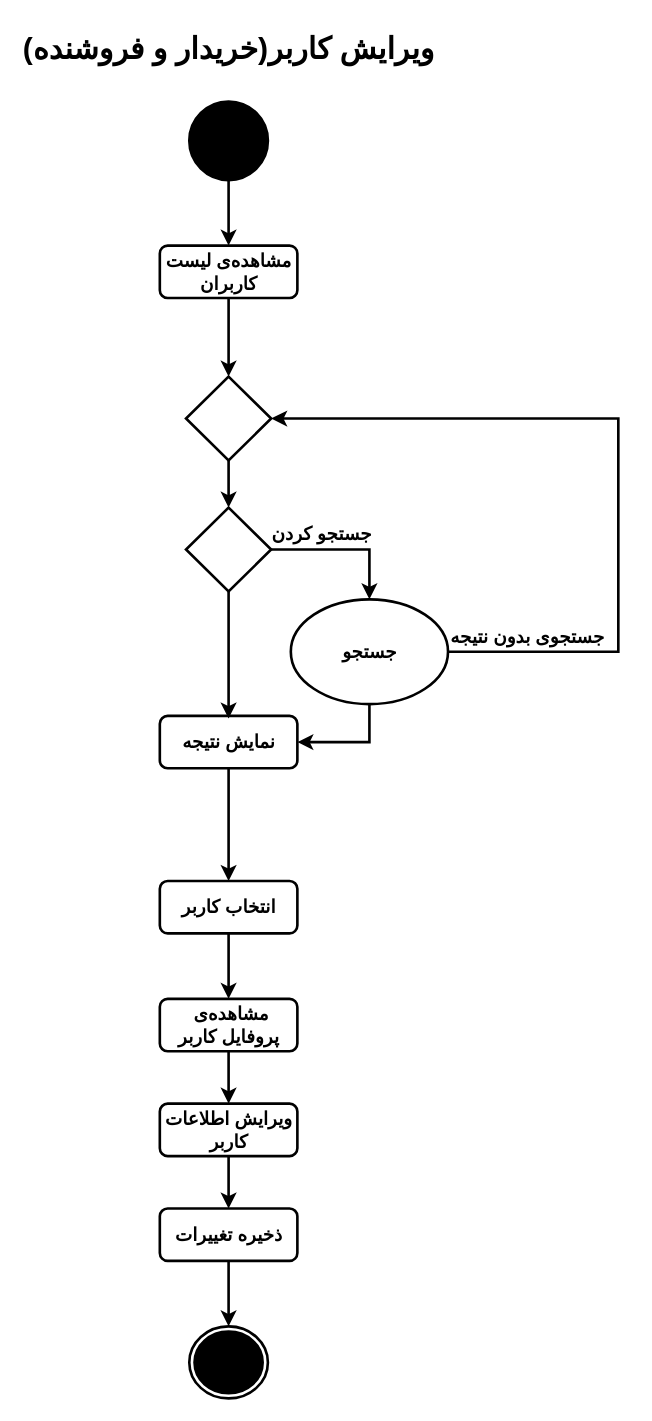
This is page "UserUpdate" (7 of 24) of ActivityDiagram/MiddleWare_CarBaMaActivityDiagram.drawio from MelvinMo/CarBaMa_Automotive-Sale-Application, a draw.io file, before an edit. Source tidied: cells renumbered, new cells numbered last; positions are measured from the earlier drawing's top-left corner, leaving out a move shared by most shapes. Both pictures are drawn from the tidied source at 131%, with x=0, y=0 at pixel (45, 22).
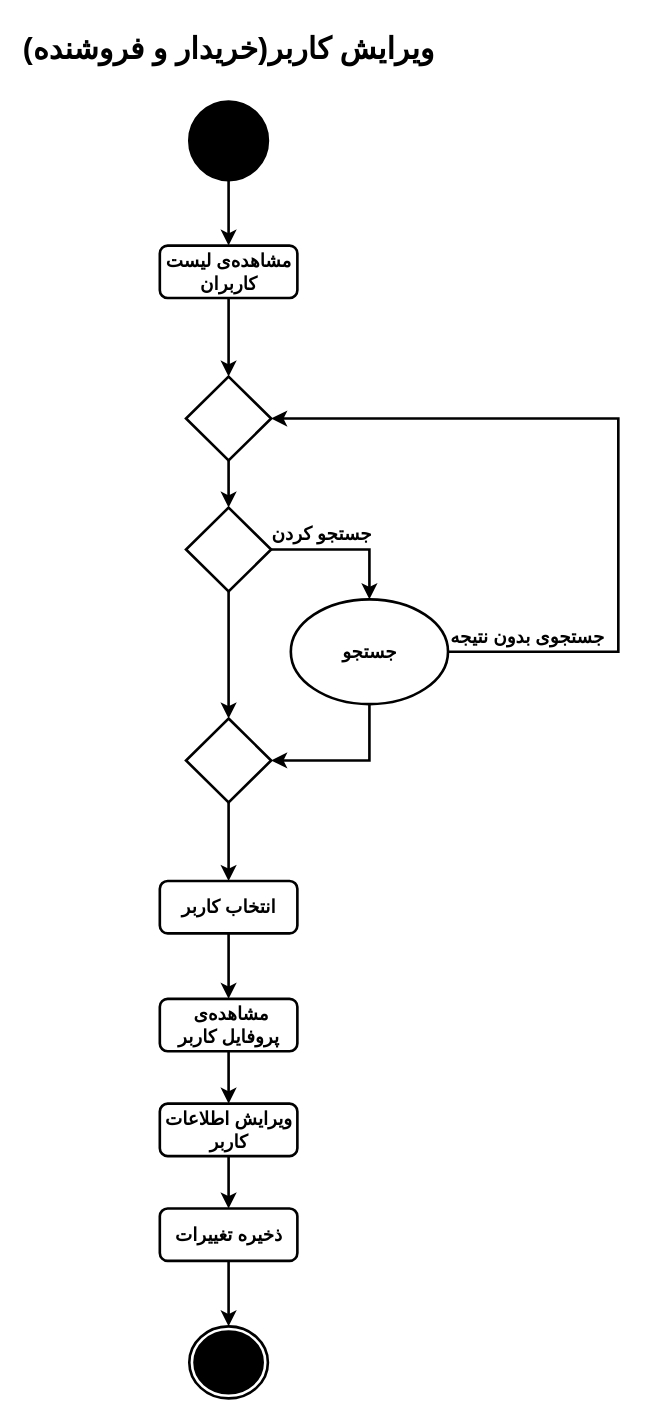
After the change.

Unchanged cells that the change refers to:
```xml
<mxCell id="5" value="&lt;span style=&quot;font-size: 14px&quot;&gt;&lt;b&gt;انتخاب کاربر&lt;/b&gt;&lt;/span&gt;" style="rounded=1;whiteSpace=wrap;html=1;strokeColor=#000000;fillColor=none;strokeWidth=2;" parent="1" vertex="1">
  <mxGeometry x="87.5" y="655" width="105" height="40" as="geometry" />
</mxCell>
<mxCell id="14" style="strokeWidth=2;html=1;shape=mxgraph.flowchart.decision;whiteSpace=wrap;" parent="1" vertex="1">
  <mxGeometry x="107.5" y="370" width="65" height="64" as="geometry" />
</mxCell>
<mxCell id="25" value="&lt;b&gt;&lt;font style=&quot;font-size: 14px&quot;&gt;جستجو&lt;/font&gt;&lt;/b&gt;" style="ellipse;whiteSpace=wrap;html=1;strokeWidth=2;" parent="1" vertex="1">
  <mxGeometry x="187.5" y="440" width="120" height="80" as="geometry" />
</mxCell>
```

Change to the diagram source:
```diff
@@
-    <mxCell id="13" style="edgeStyle=orthogonalEdgeStyle;rounded=0;jettySize=auto;html=1;startArrow=none;startFill=0;endArrow=classic;endFill=1;strokeColor=#000000;strokeWidth=2;" parent="1" edge="1" source="14">
-      <mxGeometry relative="1" as="geometry">
-        <mxPoint x="140" y="531" as="targetPoint" />
-      </mxGeometry>
+    <mxCell id="13" style="edgeStyle=orthogonalEdgeStyle;rounded=0;jettySize=auto;html=1;startArrow=none;startFill=0;endArrow=classic;endFill=1;strokeColor=#000000;strokeWidth=2;" parent="1" edge="1" source="14" target="28">
+      <mxGeometry relative="1" as="geometry" />
     </mxCell>
@@
-    <mxCell id="15" style="edgeStyle=orthogonalEdgeStyle;rounded=0;jettySize=auto;html=1;startArrow=none;startFill=0;endArrow=classic;endFill=1;strokeColor=#000000;strokeWidth=2;entryX=0.5;entryY=0;entryDx=0;entryDy=0;exitX=0.5;exitY=1;exitDx=0;exitDy=0;" parent="1" edge="1" source="27" target="5">
+    <mxCell id="15" style="edgeStyle=orthogonalEdgeStyle;rounded=0;jettySize=auto;html=1;startArrow=none;startFill=0;endArrow=classic;endFill=1;strokeColor=#000000;strokeWidth=2;entryX=0.5;entryY=0;entryDx=0;entryDy=0;" parent="1" edge="1" source="28" target="5">
       <mxGeometry relative="1" as="geometry" />
     </mxCell>
+    <mxCell id="28" style="strokeWidth=2;html=1;shape=mxgraph.flowchart.decision;whiteSpace=wrap;" parent="1" vertex="1">
+      <mxGeometry x="107.5" y="531" width="65" height="64" as="geometry" />
+    </mxCell>
@@
-    <mxCell id="26" style="edgeStyle=orthogonalEdgeStyle;rounded=0;jettySize=auto;html=1;startArrow=none;startFill=0;endArrow=classic;endFill=1;strokeColor=#000000;strokeWidth=2;exitX=0.5;exitY=1;exitDx=0;exitDy=0;entryX=1;entryY=0.5;entryDx=0;entryDy=0;" parent="1" edge="1" source="25" target="27">
+    <mxCell id="26" style="edgeStyle=orthogonalEdgeStyle;rounded=0;jettySize=auto;html=1;startArrow=none;startFill=0;endArrow=classic;endFill=1;strokeColor=#000000;strokeWidth=2;exitX=0.5;exitY=1;exitDx=0;exitDy=0;entryX=1;entryY=0.5;entryDx=0;entryDy=0;entryPerimeter=0;" parent="1" edge="1" source="25" target="28">
       <mxGeometry relative="1" as="geometry" />
     </mxCell>
-    <mxCell id="27" value="&lt;font style=&quot;font-size: 14px&quot;&gt;&lt;b&gt;نمایش نتیجه&lt;/b&gt;&lt;/font&gt;" style="rounded=1;whiteSpace=wrap;html=1;strokeColor=#000000;fillColor=none;strokeWidth=2;" parent="1" vertex="1">
-      <mxGeometry x="87.5" y="529" width="105" height="40" as="geometry" />
-    </mxCell>
```
